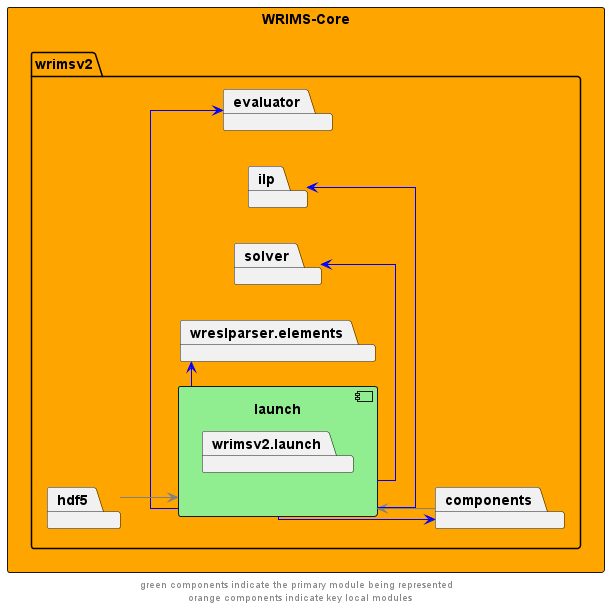
The PlantUML diagram docs/diagrams/wrims-core/wrims-core_launch.png in CentralValleyModeling/wrims, before a commit.
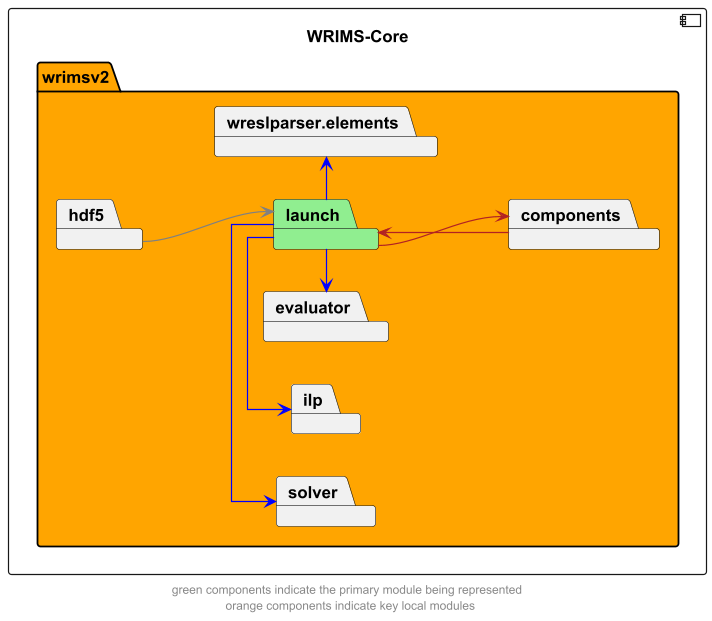
Above is the later version.

Diff of the diagram source:
```diff
@@ -2,25 +2,20 @@
 left to right direction
 skinparam linetype ortho
 
-rectangle wrims_core as "WRIMS-Core" #orange {
-        package wrimsv2{
-            package launch {
-                component launch #lightgreen {
-                    package wrimsv2.launch
-                }
-            }
+component wrims_core as "WRIMS-Core"  {
+    package wrimsv2 #orange {
+        package launch #lightgreen
         package components
         package evaluator
         package solver
         package hdf5
         package ilp
         package wreslparser.elements
-
     }
 }
 
-launch -->  components #blue
-components --> launch #grey
+launch -->  components #firebrick
+components --> launch #firebrick
 
 launch -left->  evaluator #blue
 launch -left->  ilp #blue
```
